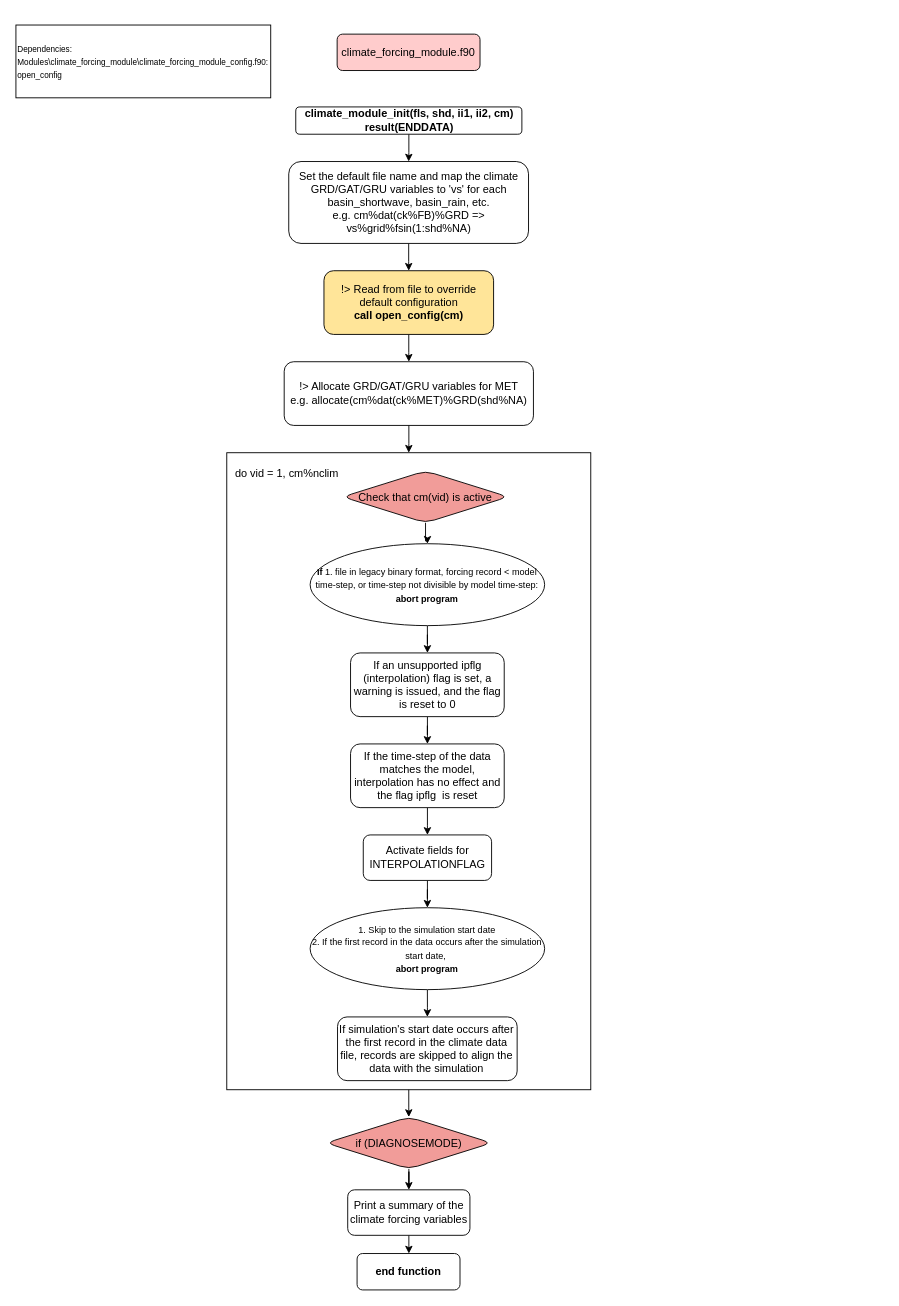
The draw.io diagram climate_forcing_module.drawio in MeshMapping/r1749_Mappings, before the edit. Source tidied: cells renumbered, new cells numbered last; positions are measured from the earlier drawing's top-left corner, leaving out a move shared by most shapes. Both pictures are drawn from the tidied source at 91%, with x=0, y=0 at pixel (15, 25).
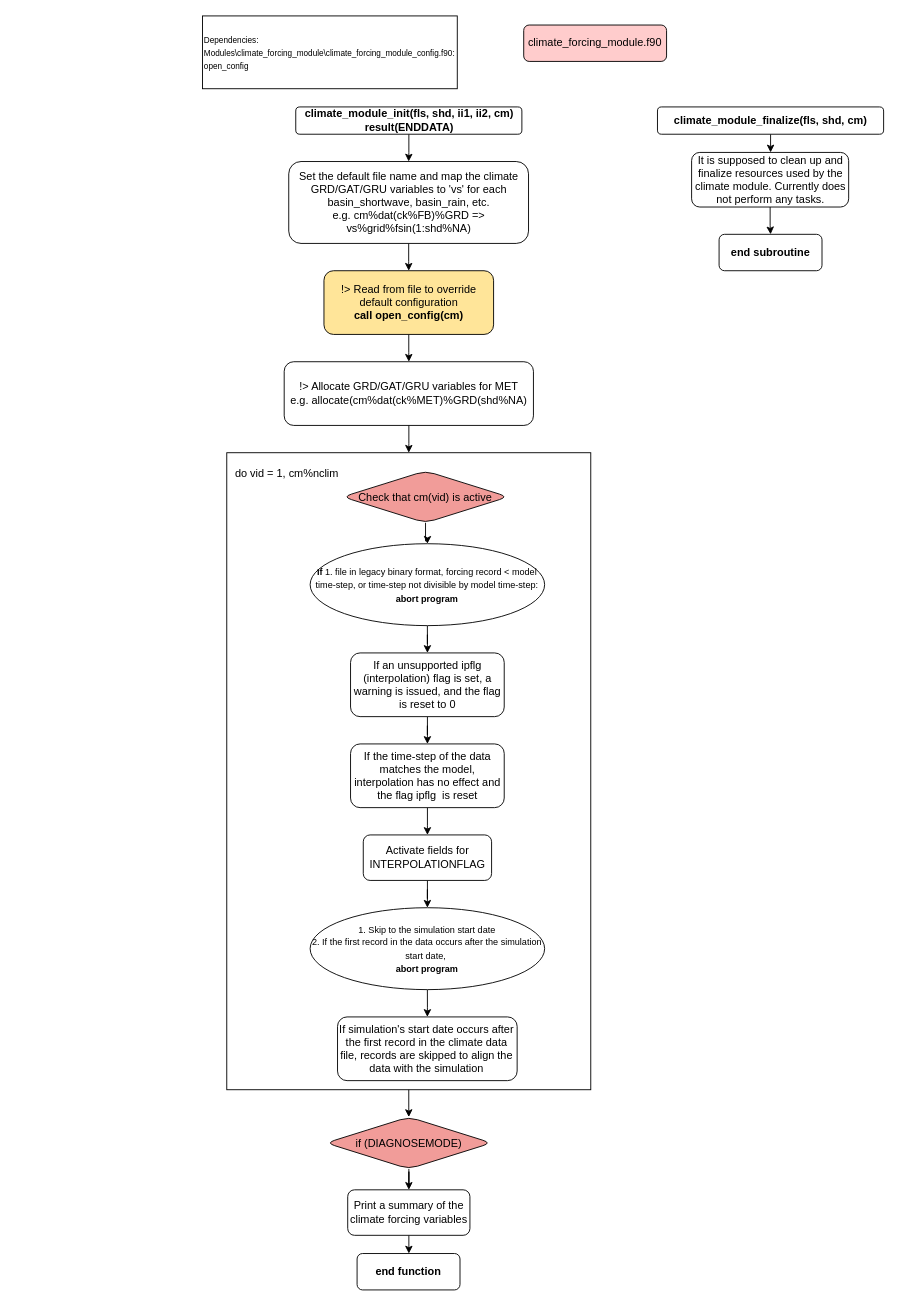
Above is the later version.

Diff of the diagram source:
```diff
@@
     <mxCell id="2" value="climate_forcing_module.f90" style="rounded=1;whiteSpace=wrap;html=1;fillColor=#FFCCCC;" parent="1" vertex="1">
-      <mxGeometry x="353" y="10" width="157" height="40" as="geometry" />
+      <mxGeometry x="558" width="157" height="40" as="geometry" />
     </mxCell>
     <mxCell id="3" value="&lt;div&gt;&lt;font style=&quot;font-size: 9px;&quot;&gt;Dependencies:&lt;/font&gt;&lt;/div&gt;&lt;div&gt;&lt;font style=&quot;font-size: 9px;&quot;&gt;Modules\climate_forcing_module\climate_forcing_module_config.f90: open_config&lt;/font&gt;&lt;br&gt;&lt;/div&gt;" style="rounded=0;whiteSpace=wrap;html=1;align=left;" parent="1" vertex="1">
-      <mxGeometry width="280" height="80" as="geometry" />
+      <mxGeometry x="205" y="-10" width="280" height="80" as="geometry" />
     </mxCell>
@@
+    <mxCell id="34" style="edgeStyle=orthogonalEdgeStyle;rounded=0;jettySize=auto;html=1;" parent="1" edge="1" source="35" target="37">
+      <mxGeometry relative="1" as="geometry" />
+    </mxCell>
+    <mxCell id="35" value="climate_module_finalize(fls, shd, cm)" style="rounded=1;whiteSpace=wrap;html=1;fontStyle=1;" parent="1" vertex="1">
+      <mxGeometry x="705" y="90" width="248.5" height="30" as="geometry" />
+    </mxCell>
+    <mxCell id="36" style="edgeStyle=orthogonalEdgeStyle;rounded=0;jettySize=auto;html=1;" parent="1" edge="1" source="37" target="38">
+      <mxGeometry relative="1" as="geometry" />
+    </mxCell>
+    <mxCell id="37" value="&lt;span style=&quot;font-weight: normal;&quot;&gt;It is supposed to clean up and finalize resources used by the climate module. Currently does not perform any tasks.&lt;/span&gt;" style="whiteSpace=wrap;html=1;rounded=1;fontStyle=1;" parent="1" vertex="1">
+      <mxGeometry x="742.5" y="140" width="172.6" height="60" as="geometry" />
+    </mxCell>
+    <mxCell id="38" value="end subroutine" style="whiteSpace=wrap;html=1;fillColor=#FFFFFF;rounded=1;fontStyle=1;" parent="1" vertex="1">
+      <mxGeometry x="772.7" y="230" width="113.1" height="40" as="geometry" />
+    </mxCell>
```
